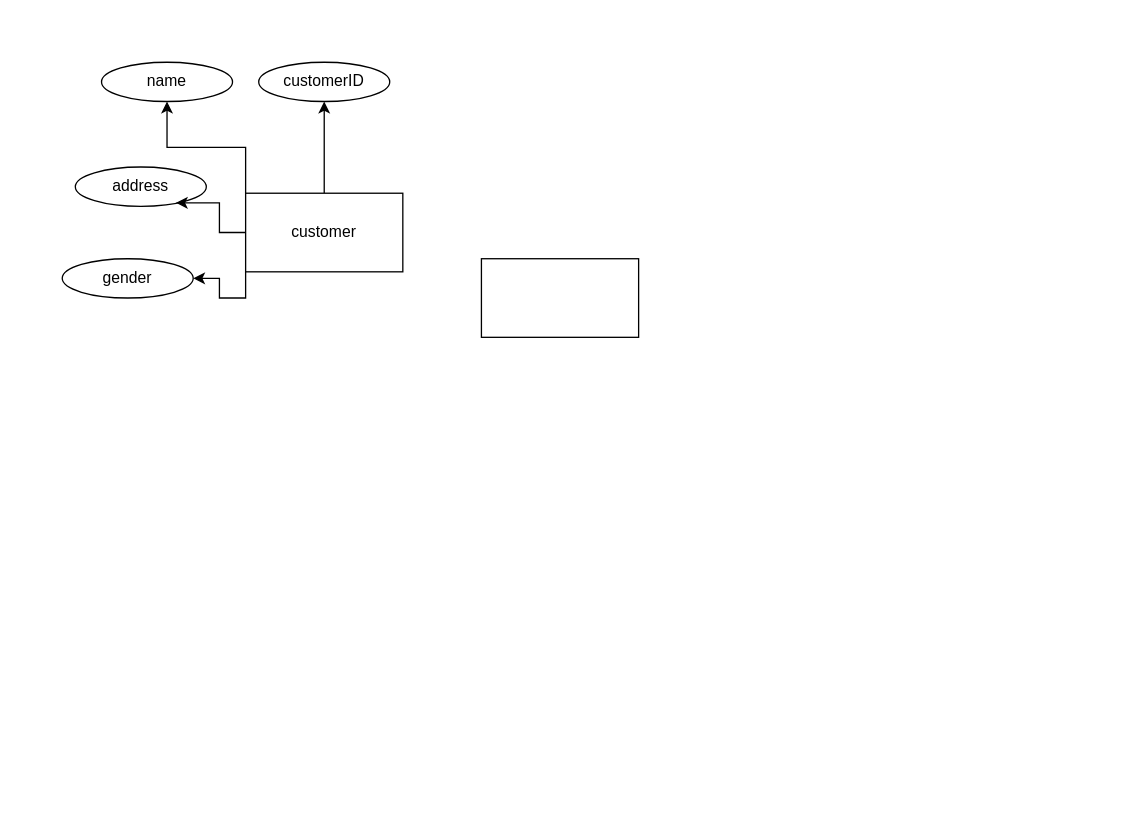
Before: erd.drawio in ppvnf/diagramnetworklab2, a draw.io diagram. Source tidied: cells renumbered, new cells numbered last; positions are measured from the earlier drawing's top-left corner, leaving out a move shared by most shapes. Both pictures are drawn from the tidied source at 131%, with x=0, y=0 at pixel (62, 62).
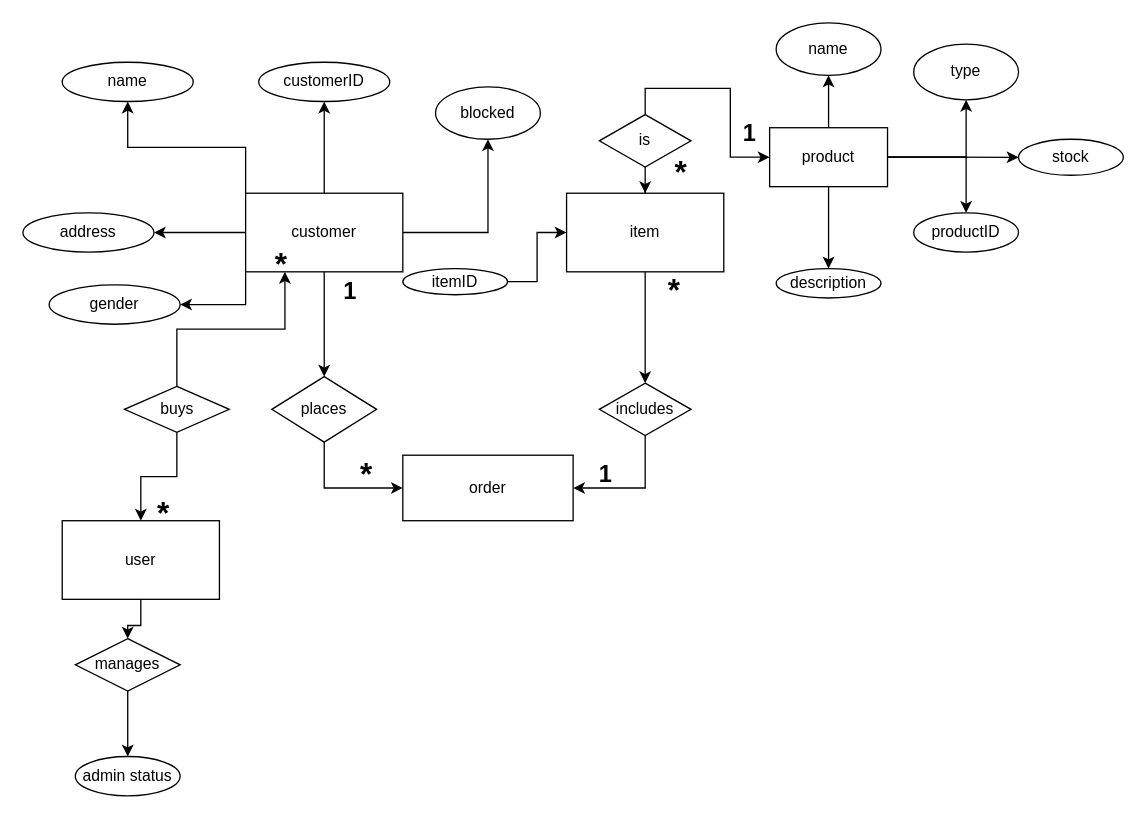
Above is the later version.

The change refers to these unchanged cells:
```xml
<mxCell id="5" value="customer" style="whiteSpace=wrap;html=1;" parent="1" vertex="1">
  <mxGeometry x="140" y="100" width="120" height="60" as="geometry" />
</mxCell>
```

The edit, as a diff of the source:
```diff
@@
-    <mxCell id="2" style="edgeStyle=orthogonalEdgeStyle;rounded=0;jettySize=auto;html=1;exitX=0;exitY=1;exitDx=0;exitDy=0;" parent="1" edge="1" source="5" target="9">
-      <mxGeometry relative="1" as="geometry" />
-    </mxCell>
@@
+    <mxCell id="12" style="edgeStyle=orthogonalEdgeStyle;rounded=0;jettySize=auto;html=1;" parent="1" edge="1" source="5" target="15">
+      <mxGeometry relative="1" as="geometry" />
+    </mxCell>
+    <mxCell id="2" style="edgeStyle=orthogonalEdgeStyle;rounded=0;jettySize=auto;html=1;exitX=0;exitY=1;exitDx=0;exitDy=0;entryX=1;entryY=0.5;entryDx=0;entryDy=0;" parent="1" edge="1" source="5" target="9">
+      <mxGeometry relative="1" as="geometry" />
+    </mxCell>
+    <mxCell id="10" style="edgeStyle=orthogonalEdgeStyle;rounded=0;jettySize=auto;html=1;" parent="1" edge="1" source="5" target="7">
+      <mxGeometry relative="1" as="geometry" />
+    </mxCell>
+    <mxCell id="13" style="edgeStyle=orthogonalEdgeStyle;rounded=0;jettySize=auto;html=1;" parent="1" edge="1" source="5" target="42">
+      <mxGeometry relative="1" as="geometry" />
+    </mxCell>
@@
     <mxCell id="6" value="name" style="ellipse;whiteSpace=wrap;html=1;" parent="1" vertex="1">
-      <mxGeometry x="30" width="100" height="30" as="geometry" />
+      <mxGeometry width="100" height="30" as="geometry" />
     </mxCell>
     <mxCell id="7" value="address" style="ellipse;whiteSpace=wrap;html=1;" parent="1" vertex="1">
-      <mxGeometry x="10" y="80" width="100" height="30" as="geometry" />
+      <mxGeometry x="-30" y="115" width="100" height="30" as="geometry" />
     </mxCell>
@@
     <mxCell id="9" value="gender" style="ellipse;whiteSpace=wrap;html=1;" parent="1" vertex="1">
-      <mxGeometry y="150" width="100" height="30" as="geometry" />
+      <mxGeometry x="-10" y="170" width="100" height="30" as="geometry" />
     </mxCell>
-    <mxCell id="10" style="edgeStyle=orthogonalEdgeStyle;rounded=0;jettySize=auto;html=1;entryX=0.768;entryY=0.912;entryDx=0;entryDy=0;entryPerimeter=0;" parent="1" edge="1" source="5" target="7">
-      <mxGeometry relative="1" as="geometry" />
-    </mxCell>
-    <mxCell id="11" style="whiteSpace=wrap;html=1;" parent="1" vertex="1">
-      <mxGeometry x="320" y="150" width="120" height="60" as="geometry" />
+    <mxCell id="11" value="order" style="whiteSpace=wrap;html=1;" parent="1" vertex="1">
+      <mxGeometry x="260" y="300" width="130" height="50" as="geometry" />
     </mxCell>
+    <mxCell id="14" style="edgeStyle=orthogonalEdgeStyle;rounded=0;jettySize=auto;html=1;exitX=0.5;exitY=1;exitDx=0;exitDy=0;entryX=0;entryY=0.5;entryDx=0;entryDy=0;" parent="1" edge="1" source="15" target="11">
+      <mxGeometry relative="1" as="geometry" />
+    </mxCell>
+    <mxCell id="15" value="places" style="rhombus;whiteSpace=wrap;html=1;" parent="1" vertex="1">
+      <mxGeometry x="160" y="240" width="80" height="50" as="geometry" />
+    </mxCell>
+    <mxCell id="16" style="edgeStyle=orthogonalEdgeStyle;rounded=0;jettySize=auto;html=1;exitX=0.5;exitY=1;exitDx=0;exitDy=0;entryX=1;entryY=0.5;entryDx=0;entryDy=0;" parent="1" edge="1" source="17" target="11">
+      <mxGeometry relative="1" as="geometry" />
+    </mxCell>
+    <mxCell id="17" value="includes" style="rhombus;whiteSpace=wrap;html=1;" parent="1" vertex="1">
+      <mxGeometry x="410" y="245" width="70" height="40" as="geometry" />
+    </mxCell>
+    <mxCell id="18" style="edgeStyle=orthogonalEdgeStyle;rounded=0;jettySize=auto;html=1;" parent="1" edge="1" source="19" target="17">
+      <mxGeometry relative="1" as="geometry" />
+    </mxCell>
+    <mxCell id="19" value="item" style="whiteSpace=wrap;html=1;" parent="1" vertex="1">
+      <mxGeometry x="385" y="100" width="120" height="60" as="geometry" />
+    </mxCell>
+    <mxCell id="20" style="edgeStyle=orthogonalEdgeStyle;rounded=0;jettySize=auto;html=1;" parent="1" edge="1" source="25" target="37">
+      <mxGeometry relative="1" as="geometry" />
+    </mxCell>
+    <mxCell id="21" style="edgeStyle=orthogonalEdgeStyle;rounded=0;jettySize=auto;html=1;" parent="1" edge="1" source="25" target="38">
+      <mxGeometry relative="1" as="geometry" />
+    </mxCell>
+    <mxCell id="22" style="edgeStyle=orthogonalEdgeStyle;rounded=0;jettySize=auto;html=1;" parent="1" edge="1" source="25" target="39">
+      <mxGeometry relative="1" as="geometry" />
+    </mxCell>
+    <mxCell id="23" style="edgeStyle=orthogonalEdgeStyle;rounded=0;jettySize=auto;html=1;" parent="1" edge="1" source="25" target="40">
+      <mxGeometry relative="1" as="geometry" />
+    </mxCell>
+    <mxCell id="24" style="edgeStyle=orthogonalEdgeStyle;rounded=0;jettySize=auto;html=1;" parent="1" edge="1" source="25" target="41">
+      <mxGeometry relative="1" as="geometry" />
+    </mxCell>
+    <mxCell id="25" value="product" style="whiteSpace=wrap;html=1;" parent="1" vertex="1">
+      <mxGeometry x="540" y="50" width="90" height="45" as="geometry" />
+    </mxCell>
+    <mxCell id="26" style="edgeStyle=orthogonalEdgeStyle;rounded=0;jettySize=auto;html=1;" parent="1" edge="1" source="27" target="19">
+      <mxGeometry relative="1" as="geometry" />
+    </mxCell>
+    <mxCell id="27" value="itemID" style="ellipse;whiteSpace=wrap;html=1;" parent="1" vertex="1">
+      <mxGeometry x="260" y="157.5" width="80" height="20" as="geometry" />
+    </mxCell>
+    <mxCell id="28" style="edgeStyle=orthogonalEdgeStyle;rounded=0;jettySize=auto;html=1;" parent="1" edge="1" source="30" target="19">
+      <mxGeometry relative="1" as="geometry" />
+    </mxCell>
+    <mxCell id="29" style="edgeStyle=orthogonalEdgeStyle;rounded=0;jettySize=auto;html=1;exitX=0.5;exitY=0;exitDx=0;exitDy=0;entryX=0;entryY=0.5;entryDx=0;entryDy=0;" parent="1" edge="1" source="30" target="25">
+      <mxGeometry relative="1" as="geometry" />
+    </mxCell>
+    <mxCell id="30" value="is" style="rhombus;whiteSpace=wrap;html=1;" parent="1" vertex="1">
+      <mxGeometry x="410" y="40" width="70" height="40" as="geometry" />
+    </mxCell>
+    <mxCell id="31" value="&lt;b&gt;&lt;font style=&quot;font-size: 18px;&quot;&gt;1&lt;/font&gt;&lt;/b&gt;" style="text;strokeColor=none;align=center;fillColor=none;html=1;verticalAlign=middle;whiteSpace=wrap;rounded=0;" parent="1" vertex="1">
+      <mxGeometry x="495" y="40" width="60" height="30" as="geometry" />
+    </mxCell>
+    <mxCell id="32" value="&lt;font style=&quot;font-size: 24px;&quot;&gt;&lt;b&gt;&lt;font&gt;*&lt;/font&gt;&lt;/b&gt;&lt;/font&gt;" style="text;strokeColor=none;align=center;fillColor=none;html=1;verticalAlign=middle;whiteSpace=wrap;rounded=0;" parent="1" vertex="1">
+      <mxGeometry x="445" y="70" width="55" height="30" as="geometry" />
+    </mxCell>
+    <mxCell id="33" value="&lt;b&gt;&lt;font style=&quot;font-size: 18px;&quot;&gt;1&lt;/font&gt;&lt;/b&gt;" style="text;strokeColor=none;align=center;fillColor=none;html=1;verticalAlign=middle;whiteSpace=wrap;rounded=0;" parent="1" vertex="1">
+      <mxGeometry x="190" y="160" width="60" height="30" as="geometry" />
+    </mxCell>
+    <mxCell id="34" value="&lt;font style=&quot;font-size: 24px;&quot;&gt;&lt;b&gt;&lt;font&gt;*&lt;/font&gt;&lt;/b&gt;&lt;/font&gt;" style="text;strokeColor=none;align=center;fillColor=none;html=1;verticalAlign=middle;whiteSpace=wrap;rounded=0;" parent="1" vertex="1">
+      <mxGeometry x="205" y="300" width="55" height="30" as="geometry" />
+    </mxCell>
+    <mxCell id="35" value="&lt;b&gt;&lt;font style=&quot;font-size: 18px;&quot;&gt;1&lt;/font&gt;&lt;/b&gt;" style="text;strokeColor=none;align=center;fillColor=none;html=1;verticalAlign=middle;whiteSpace=wrap;rounded=0;" parent="1" vertex="1">
+      <mxGeometry x="385" y="300" width="60" height="30" as="geometry" />
+    </mxCell>
+    <mxCell id="36" value="&lt;font style=&quot;font-size: 24px;&quot;&gt;&lt;b&gt;&lt;font&gt;*&lt;/font&gt;&lt;/b&gt;&lt;/font&gt;" style="text;strokeColor=none;align=center;fillColor=none;html=1;verticalAlign=middle;whiteSpace=wrap;rounded=0;" parent="1" vertex="1">
+      <mxGeometry x="440" y="160" width="55" height="30" as="geometry" />
+    </mxCell>
+    <mxCell id="37" value="type" style="ellipse;whiteSpace=wrap;html=1;" parent="1" vertex="1">
+      <mxGeometry x="650" y="-13.8" width="80" height="42.5" as="geometry" />
+    </mxCell>
+    <mxCell id="38" value="productID" style="ellipse;whiteSpace=wrap;html=1;" parent="1" vertex="1">
+      <mxGeometry x="650" y="115" width="80" height="30" as="geometry" />
+    </mxCell>
+    <mxCell id="39" value="name" style="ellipse;whiteSpace=wrap;html=1;" parent="1" vertex="1">
+      <mxGeometry x="545" y="-30" width="80" height="40" as="geometry" />
+    </mxCell>
+    <mxCell id="40" value="stock" style="ellipse;whiteSpace=wrap;html=1;" parent="1" vertex="1">
+      <mxGeometry x="730" y="58.8" width="80" height="27.5" as="geometry" />
+    </mxCell>
+    <mxCell id="41" value="description" style="ellipse;whiteSpace=wrap;html=1;" parent="1" vertex="1">
+      <mxGeometry x="545" y="157.5" width="80" height="22.5" as="geometry" />
+    </mxCell>
+    <mxCell id="42" value="blocked" style="ellipse;whiteSpace=wrap;html=1;" parent="1" vertex="1">
+      <mxGeometry x="285" y="18.8" width="80" height="40" as="geometry" />
+    </mxCell>
+    <mxCell id="43" style="edgeStyle=orthogonalEdgeStyle;rounded=0;jettySize=auto;html=1;" parent="1" edge="1" source="44" target="52">
+      <mxGeometry relative="1" as="geometry" />
+    </mxCell>
+    <mxCell id="44" value="user" style="whiteSpace=wrap;html=1;" parent="1" vertex="1">
+      <mxGeometry y="350" width="120" height="60" as="geometry" />
+    </mxCell>
+    <mxCell id="45" value="&lt;font style=&quot;font-size: 24px;&quot;&gt;&lt;b&gt;&lt;font&gt;*&lt;/font&gt;&lt;/b&gt;&lt;/font&gt;" style="text;strokeColor=none;align=center;fillColor=none;html=1;verticalAlign=middle;whiteSpace=wrap;rounded=0;" parent="1" vertex="1">
+      <mxGeometry x="140" y="140" width="55" height="30" as="geometry" />
+    </mxCell>
+    <mxCell id="46" style="edgeStyle=orthogonalEdgeStyle;rounded=0;jettySize=auto;html=1;" parent="1" edge="1" source="48" target="44">
+      <mxGeometry relative="1" as="geometry" />
+    </mxCell>
+    <mxCell id="47" style="edgeStyle=orthogonalEdgeStyle;rounded=0;jettySize=auto;html=1;exitX=0.5;exitY=0;exitDx=0;exitDy=0;entryX=0.25;entryY=1;entryDx=0;entryDy=0;" parent="1" edge="1" source="48" target="5">
+      <mxGeometry relative="1" as="geometry" />
+    </mxCell>
+    <mxCell id="48" value="buys" style="rhombus;whiteSpace=wrap;html=1;" parent="1" vertex="1">
+      <mxGeometry x="47.5" y="247.5" width="80" height="35" as="geometry" />
+    </mxCell>
+    <mxCell id="49" value="&lt;font style=&quot;font-size: 24px;&quot;&gt;&lt;b&gt;&lt;font&gt;*&lt;/font&gt;&lt;/b&gt;&lt;/font&gt;" style="text;strokeColor=none;align=center;fillColor=none;html=1;verticalAlign=middle;whiteSpace=wrap;rounded=0;" parent="1" vertex="1">
+      <mxGeometry x="50" y="330" width="55" height="30" as="geometry" />
+    </mxCell>
+    <mxCell id="50" value="admin status" style="ellipse;whiteSpace=wrap;html=1;" parent="1" vertex="1">
+      <mxGeometry x="10" y="530" width="80" height="30" as="geometry" />
+    </mxCell>
+    <mxCell id="51" style="edgeStyle=orthogonalEdgeStyle;rounded=0;jettySize=auto;html=1;" parent="1" edge="1" source="52" target="50">
+      <mxGeometry relative="1" as="geometry" />
+    </mxCell>
+    <mxCell id="52" value="manages" style="rhombus;whiteSpace=wrap;html=1;" parent="1" vertex="1">
+      <mxGeometry x="10" y="440" width="80" height="40" as="geometry" />
+    </mxCell>
```
